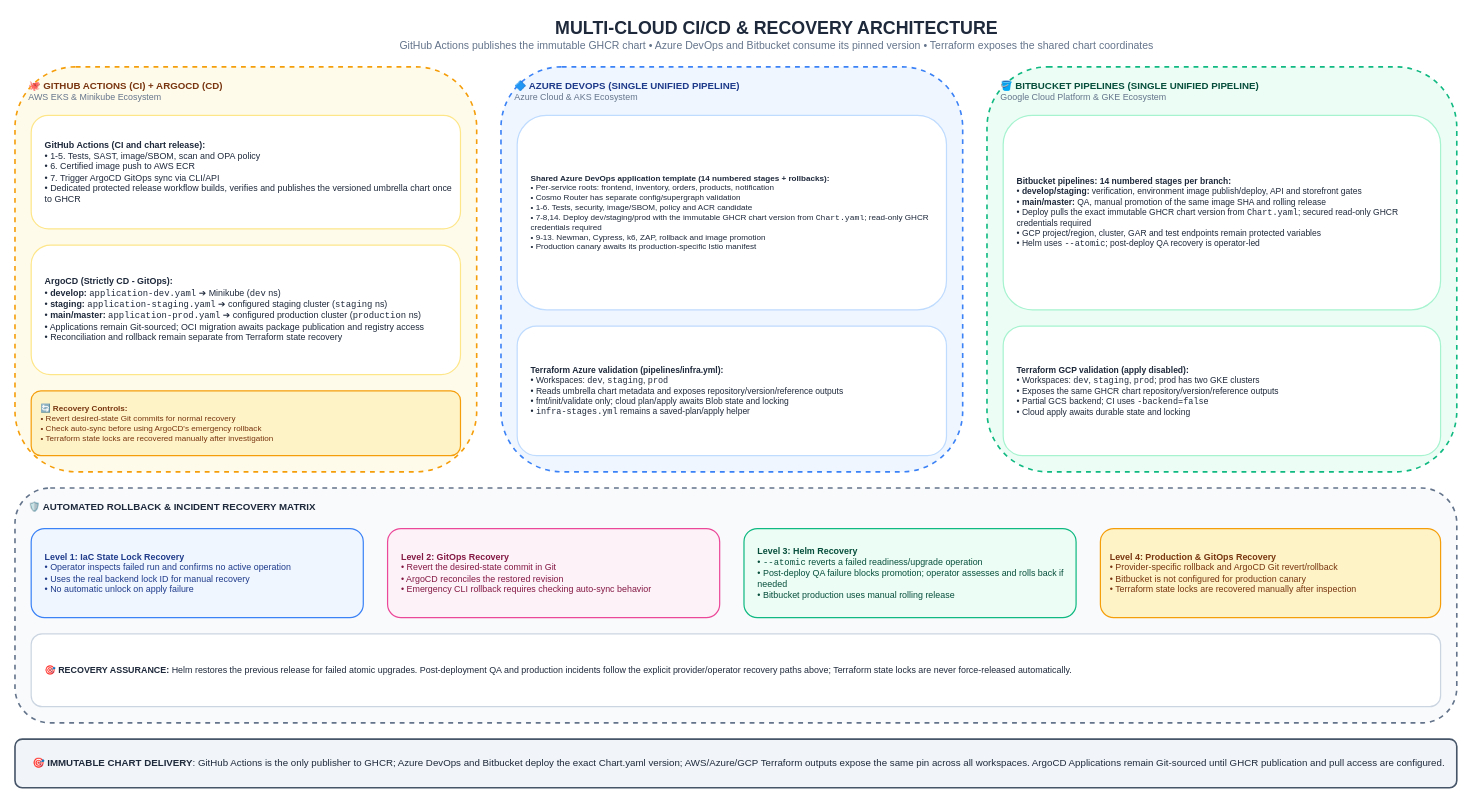
Before: page "12. Multi-Cloud CI/CD & Recovery Architecture" (12 of 12) of docs/Diagrams.drawio in GeorgeGxx/microservices-architecture, a draw.io diagram. Source tidied: cells renumbered, new cells numbered last; positions are measured from the earlier drawing's top-left corner, leaving out a move shared by most shapes. Both pictures are drawn from the tidied source at 81%, with x=0, y=0 at pixel (15, 14).
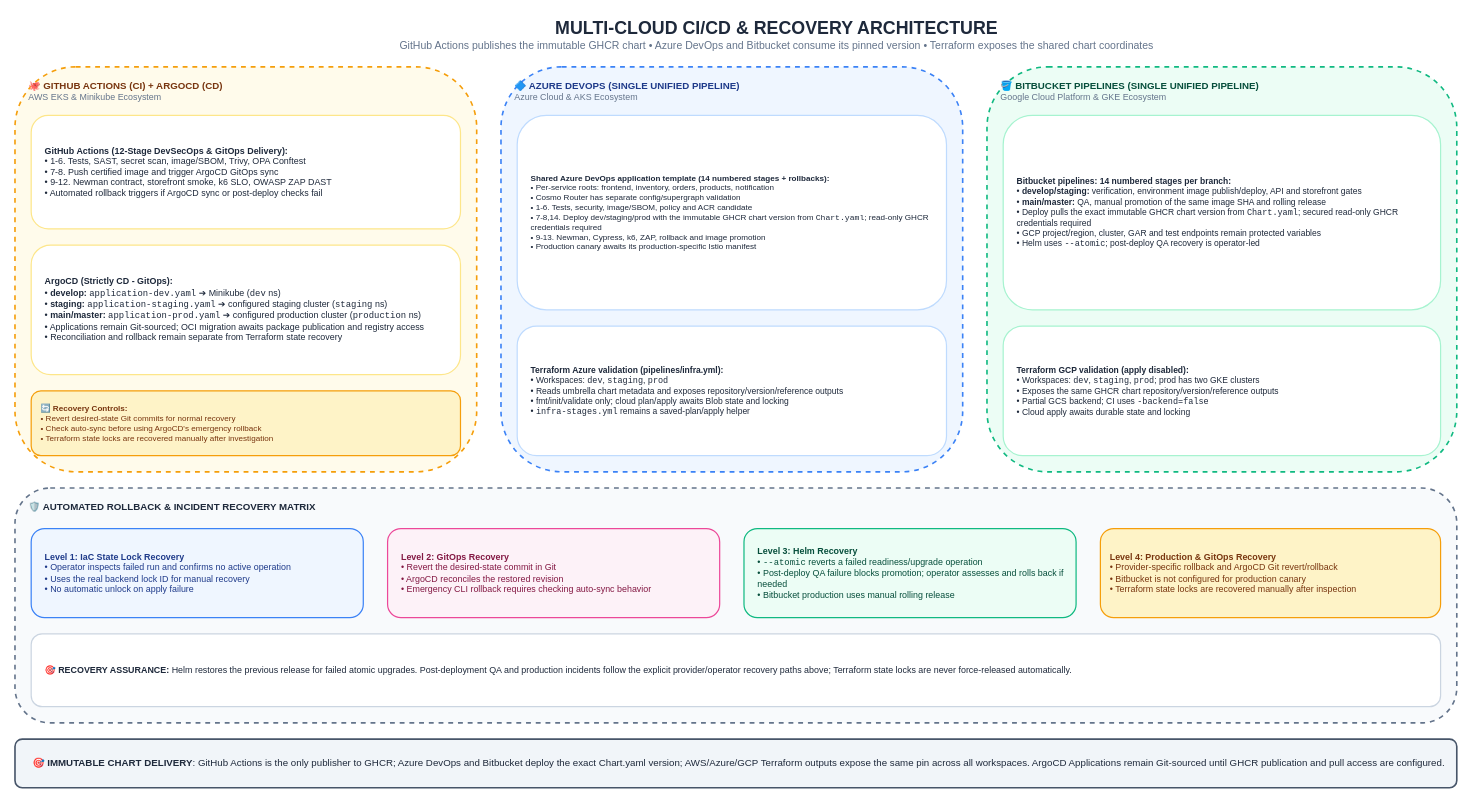
After the change.

Commit message (it also covers changes not shown here):
docs(ci): align DevSecOps pipeline stage definitions across docs, diagrams, and README

What changed in the source:
```diff
@@
 <mxGraphModel>
   <root>
     <mxCell id="0" />
     <mxCell id="1" parent="0" />
     <mxCell id="2" value="&lt;b style='font-size:22px;color:#1E293B;'&gt;MULTI-CLOUD CI/CD &amp; RECOVERY ARCHITECTURE&lt;/b&gt;&lt;br&gt;&lt;span style='font-size:13px;color:#64748B;'&gt;GitHub Actions publishes the immutable GHCR chart • Azure DevOps and Bitbucket consume its pinned version • Terraform exposes the shared chart coordinates&lt;/span&gt;" style="text;html=1;align=center;verticalAlign=middle;rounded=0;" parent="1" vertex="1">
       <mxGeometry x="240" width="1400" height="50" as="geometry" />
     </mxCell>
     <mxCell id="3" value="&lt;b&gt;🐙 GITHUB ACTIONS (CI) + ARGOCD (CD)&lt;/b&gt;&lt;br&gt;&lt;span style='font-size:11px;color:#64748B;'&gt;AWS EKS &amp; Minikube Ecosystem&lt;/span&gt;" style="rounded=1;whiteSpace=wrap;html=1;fillColor=#FFFBEB;strokeColor=#F59E0B;strokeWidth=2;verticalAlign=top;align=left;spacingLeft=15;spacingTop=10;fontColor=#78350F;fontSize=12;dashed=1;" parent="1" vertex="1">
       <mxGeometry y="65" width="570" height="500" as="geometry" />
     </mxCell>
-    <mxCell id="4" value="&lt;b&gt;GitHub Actions (CI and chart release):&lt;/b&gt;&lt;br&gt;• 1-5. Tests, SAST, image/SBOM, scan and OPA policy&lt;br&gt;• 6. Certified image push to AWS ECR&lt;br&gt;• 7. Trigger ArgoCD GitOps sync via CLI/API&lt;br&gt;• Dedicated protected release workflow builds, verifies and publishes the versioned umbrella chart once to GHCR" style="rounded=1;whiteSpace=wrap;html=1;fillColor=#FFFFFF;strokeColor=#FDE68A;strokeWidth=1.5;fontColor=#1E293B;fontSize=11;align=left;spacingLeft=15;" parent="1" vertex="1">
+    <mxCell id="4" value="&lt;b&gt;GitHub Actions (12-Stage DevSecOps &amp; GitOps Delivery):&lt;/b&gt;&lt;br&gt;• 1-6. Tests, SAST, secret scan, image/SBOM, Trivy, OPA Conftest&lt;br&gt;• 7-8. Push certified image and trigger ArgoCD GitOps sync&lt;br&gt;• 9-12. Newman contract, storefront smoke, k6 SLO, OWASP ZAP DAST&lt;br&gt;• Automated rollback triggers if ArgoCD sync or post-deploy checks fail" style="rounded=1;whiteSpace=wrap;html=1;fillColor=#FFFFFF;strokeColor=#FDE68A;strokeWidth=1.5;fontColor=#1E293B;fontSize=11;align=left;spacingLeft=15;" parent="1" vertex="1">
       <mxGeometry x="20" y="125" width="530" height="140" as="geometry" />
     </mxCell>
     <mxCell id="5" value="&lt;b&gt;ArgoCD (Strictly CD - GitOps):&lt;/b&gt;&lt;br&gt;• &lt;b&gt;develop:&lt;/b&gt; &lt;code&gt;application-dev.yaml&lt;/code&gt; ➔ Minikube (&lt;code&gt;dev&lt;/code&gt; ns)&lt;br&gt;• &lt;b&gt;staging:&lt;/b&gt; &lt;code&gt;application-staging.yaml&lt;/code&gt; ➔ configured staging cluster (&lt;code&gt;staging&lt;/code&gt; ns)&lt;br&gt;• &lt;b&gt;main/master:&lt;/b&gt; &lt;code&gt;application-prod.yaml&lt;/code&gt; ➔ configured production cluster (&lt;code&gt;production&lt;/code&gt; ns)&lt;br&gt;• Applications remain Git-sourced; OCI migration awaits package publication and registry access&lt;br&gt;• Reconciliation and rollback remain separate from Terraform state recovery" style="rounded=1;whiteSpace=wrap;html=1;fillColor=#FFFFFF;strokeColor=#FDE68A;strokeWidth=1.5;fontColor=#1E293B;fontSize=11;align=left;spacingLeft=15;" parent="1" vertex="1">
       <mxGeometry x="20" y="285" width="530" height="160" as="geometry" />
     </mxCell>
     <mxCell id="6" value="&lt;b&gt;🔄 Recovery Controls:&lt;/b&gt;&lt;br&gt;• Revert desired-state Git commits for normal recovery&lt;br&gt;• Check auto-sync before using ArgoCD's emergency rollback&lt;br&gt;• Terraform state locks are recovered manually after investigation" style="rounded=1;whiteSpace=wrap;html=1;fillColor=#FEF3C7;strokeColor=#F59E0B;strokeWidth=1.5;fontColor=#78350F;fontSize=10;align=left;spacingLeft=10;" parent="1" vertex="1">
       <mxGeometry x="20" y="465" width="530" height="80" as="geometry" />
     </mxCell>
     <mxCell id="7" value="&lt;b&gt;🔷 AZURE DEVOPS (SINGLE UNIFIED PIPELINE)&lt;/b&gt;&lt;br&gt;&lt;span style='font-size:11px;color:#64748B;'&gt;Azure Cloud &amp; AKS Ecosystem&lt;/span&gt;" style="rounded=1;whiteSpace=wrap;html=1;fillColor=#EFF6FF;strokeColor=#3B82F6;strokeWidth=2;verticalAlign=top;align=left;spacingLeft=15;spacingTop=10;fontColor=#1E3A8A;fontSize=12;dashed=1;" parent="1" vertex="1">
       <mxGeometry x="600" y="65" width="570" height="500" as="geometry" />
     </mxCell>
     <mxCell id="8" value="&lt;b&gt;Shared Azure DevOps application template (14 numbered stages + rollbacks):&lt;/b&gt;&lt;br&gt;• Per-service roots: frontend, inventory, orders, products, notification&lt;br&gt;• Cosmo Router has separate config/supergraph validation&lt;br&gt;• 1-6. Tests, security, image/SBOM, policy and ACR candidate&lt;br&gt;• 7-8,14. Deploy dev/staging/prod with the immutable GHCR chart version from &lt;code&gt;Chart.yaml&lt;/code&gt;; read-only GHCR credentials required&lt;br&gt;• 9-13. Newman, Cypress, k6, ZAP, rollback and image promotion&lt;br&gt;• Production canary awaits its production-specific Istio manifest" style="rounded=1;whiteSpace=wrap;html=1;fillColor=#FFFFFF;strokeColor=#BFDBFE;strokeWidth=1.5;fontColor=#1E293B;fontSize=10;align=left;spacingLeft=15;" parent="1" vertex="1">
       <mxGeometry x="620" y="125" width="530" height="240" as="geometry" />
     </mxCell>
     <mxCell id="9" value="&lt;b&gt;Terraform Azure validation (pipelines/infra.yml):&lt;/b&gt;&lt;br&gt;• Workspaces: &lt;code&gt;dev&lt;/code&gt;, &lt;code&gt;staging&lt;/code&gt;, &lt;code&gt;prod&lt;/code&gt;&lt;br&gt;• Reads umbrella chart metadata and exposes repository/version/reference outputs&lt;br&gt;• fmt/init/validate only; cloud plan/apply awaits Blob state and locking&lt;br&gt;• &lt;code&gt;infra-stages.yml&lt;/code&gt; remains a saved-plan/apply helper" style="rounded=1;whiteSpace=wrap;html=1;fillColor=#FFFFFF;strokeColor=#BFDBFE;strokeWidth=1.5;fontColor=#1E293B;fontSize=10.5;align=left;spacingLeft=15;" parent="1" vertex="1">
       <mxGeometry x="620" y="385" width="530" height="160" as="geometry" />
     </mxCell>
     <mxCell id="10" value="&lt;b&gt;🪣 BITBUCKET PIPELINES (SINGLE UNIFIED PIPELINE)&lt;/b&gt;&lt;br&gt;&lt;span style='font-size:11px;color:#64748B;'&gt;Google Cloud Platform &amp; GKE Ecosystem&lt;/span&gt;" style="rounded=1;whiteSpace=wrap;html=1;fillColor=#ECFDF5;strokeColor=#10B981;strokeWidth=2;verticalAlign=top;align=left;spacingLeft=15;spacingTop=10;fontColor=#064E3B;fontSize=12;dashed=1;" parent="1" vertex="1">
       <mxGeometry x="1200" y="65" width="580" height="500" as="geometry" />
     </mxCell>
     <mxCell id="11" value="&lt;b&gt;Bitbucket pipelines: 14 numbered stages per branch:&lt;/b&gt;&lt;br&gt;• &lt;b&gt;develop/staging:&lt;/b&gt; verification, environment image publish/deploy, API and storefront gates&lt;br&gt;• &lt;b&gt;main/master:&lt;/b&gt; QA, manual promotion of the same image SHA and rolling release&lt;br&gt;• Deploy pulls the exact immutable GHCR chart version from &lt;code&gt;Chart.yaml&lt;/code&gt;; secured read-only GHCR credentials required&lt;br&gt;• GCP project/region, cluster, GAR and test endpoints remain protected variables&lt;br&gt;• Helm uses &lt;code&gt;--atomic&lt;/code&gt;; post-deploy QA recovery is operator-led" style="rounded=1;whiteSpace=wrap;html=1;fillColor=#FFFFFF;strokeColor=#A7F3D0;strokeWidth=1.5;fontColor=#1E293B;fontSize=10.5;align=left;spacingLeft=15;" parent="1" vertex="1">
       <mxGeometry x="1220" y="125" width="540" height="240" as="geometry" />
     </mxCell>
     <mxCell id="12" value="&lt;b&gt;Terraform GCP validation (apply disabled):&lt;/b&gt;&lt;br&gt;• Workspaces: &lt;code&gt;dev&lt;/code&gt;, &lt;code&gt;staging&lt;/code&gt;, &lt;code&gt;prod&lt;/code&gt;; prod has two GKE clusters&lt;br&gt;• Exposes the same GHCR chart repository/version/reference outputs&lt;br&gt;• Partial GCS backend; CI uses &lt;code&gt;-backend=false&lt;/code&gt;&lt;br&gt;• Cloud apply awaits durable state and locking" style="rounded=1;whiteSpace=wrap;html=1;fillColor=#FFFFFF;strokeColor=#A7F3D0;strokeWidth=1.5;fontColor=#1E293B;fontSize=10.5;align=left;spacingLeft=15;" parent="1" vertex="1">
       <mxGeometry x="1220" y="385" width="540" height="160" as="geometry" />
     </mxCell>
     <mxCell id="13" value="&lt;b&gt;🛡️ AUTOMATED ROLLBACK &amp; INCIDENT RECOVERY MATRIX&lt;/b&gt;" style="rounded=1;whiteSpace=wrap;html=1;fillColor=#F8FAFC;strokeColor=#64748B;strokeWidth=2;verticalAlign=top;align=left;spacingLeft=15;spacingTop=10;fontColor=#1E293B;fontSize=12;dashed=1;" parent="1" vertex="1">
       <mxGeometry y="585" width="1780" height="290" as="geometry" />
     </mxCell>
     <mxCell id="14" value="&lt;b&gt;Level 1: IaC State Lock Recovery&lt;/b&gt;&lt;br&gt;• Operator inspects failed run and confirms no active operation&lt;br&gt;• Uses the real backend lock ID for manual recovery&lt;br&gt;• No automatic unlock on apply failure" style="rounded=1;whiteSpace=wrap;html=1;fillColor=#EFF6FF;strokeColor=#3B82F6;strokeWidth=1.5;fontColor=#1E3A8A;fontSize=11;align=left;spacingLeft=15;" parent="1" vertex="1">
       <mxGeometry x="20" y="635" width="410" height="110" as="geometry" />
     </mxCell>
     <mxCell id="15" value="&lt;b&gt;Level 2: GitOps Recovery&lt;/b&gt;&lt;br&gt;• Revert the desired-state commit in Git&lt;br&gt;• ArgoCD reconciles the restored revision&lt;br&gt;• Emergency CLI rollback requires checking auto-sync behavior" style="rounded=1;whiteSpace=wrap;html=1;fillColor=#FDF2F8;strokeColor=#EC4899;strokeWidth=1.5;fontColor=#831843;fontSize=11;align=left;spacingLeft=15;" parent="1" vertex="1">
       <mxGeometry x="460" y="635" width="410" height="110" as="geometry" />
     </mxCell>
     <mxCell id="16" value="&lt;b&gt;Level 3: Helm Recovery&lt;/b&gt;&lt;br&gt;• &lt;code&gt;--atomic&lt;/code&gt; reverts a failed readiness/upgrade operation&lt;br&gt;• Post-deploy QA failure blocks promotion; operator assesses and rolls back if needed&lt;br&gt;• Bitbucket production uses manual rolling release" style="rounded=1;whiteSpace=wrap;html=1;fillColor=#ECFDF5;strokeColor=#10B981;strokeWidth=1.5;fontColor=#064E3B;fontSize=11;align=left;spacingLeft=15;" parent="1" vertex="1">
       <mxGeometry x="900" y="635" width="410" height="110" as="geometry" />
     </mxCell>
     <mxCell id="17" value="&lt;b&gt;Level 4: Production &amp; GitOps Recovery&lt;/b&gt;&lt;br&gt;• Provider-specific rollback and ArgoCD Git revert/rollback&lt;br&gt;• Bitbucket is not configured for production canary&lt;br&gt;• Terraform state locks are recovered manually after inspection" style="rounded=1;whiteSpace=wrap;html=1;fillColor=#FEF3C7;strokeColor=#F59E0B;strokeWidth=1.5;fontColor=#78350F;fontSize=11;align=left;spacingLeft=10;" parent="1" vertex="1">
       <mxGeometry x="1340" y="635" width="420" height="110" as="geometry" />
     </mxCell>
     <mxCell id="18" value="&lt;b&gt;🎯 RECOVERY ASSURANCE:&lt;/b&gt; Helm restores the previous release for failed atomic upgrades. Post-deployment QA and production incidents follow the explicit provider/operator recovery paths above; Terraform state locks are never force-released automatically." style="rounded=1;whiteSpace=wrap;html=1;fillColor=#FFFFFF;strokeColor=#CBD5E1;strokeWidth=1.5;fontColor=#1E293B;fontSize=11;align=left;spacingLeft=15;" parent="1" vertex="1">
       <mxGeometry x="20" y="765" width="1740" height="90" as="geometry" />
     </mxCell>
     <mxCell id="19" value="&lt;b&gt;🎯 IMMUTABLE CHART DELIVERY&lt;/b&gt;: GitHub Actions is the only publisher to GHCR; Azure DevOps and Bitbucket deploy the exact Chart.yaml version; AWS/Azure/GCP Terraform outputs expose the same pin across all workspaces. ArgoCD Applications remain Git-sourced until GHCR publication and pull access are configured." style="rounded=1;whiteSpace=wrap;html=1;fillColor=#F1F5F9;strokeColor=#475569;strokeWidth=2;fontColor=#1E293B;fontSize=12;align=left;spacingLeft=20;" parent="1" vertex="1">
       <mxGeometry y="895" width="1780" height="60" as="geometry" />
     </mxCell>
   </root>
 </mxGraphModel>
```
